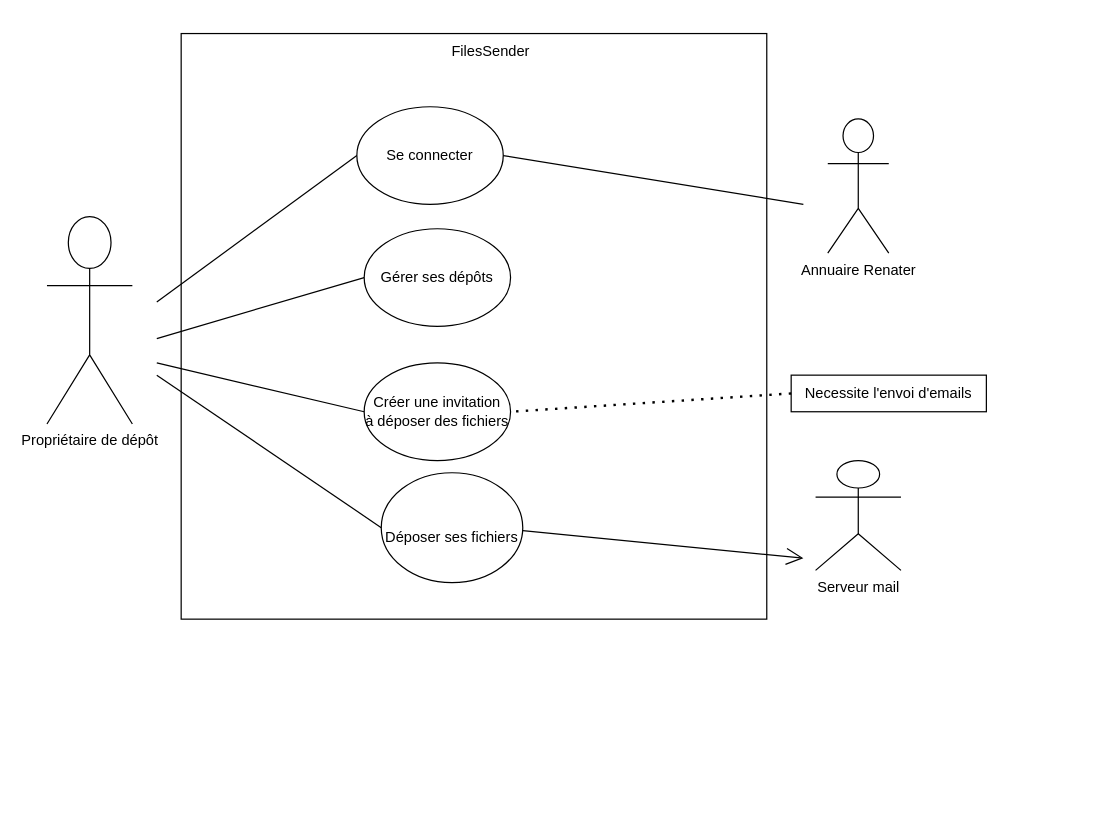
The draw.io diagram Diagramme sans nom.drawio in lenny-vergerolle/lennyverg, before the edit. Source tidied: cells renumbered, new cells numbered last; positions are measured from the earlier drawing's top-left corner, leaving out a move shared by most shapes. Both pictures are drawn from the tidied source at 122%, with x=0, y=0 at pixel (46, 21).
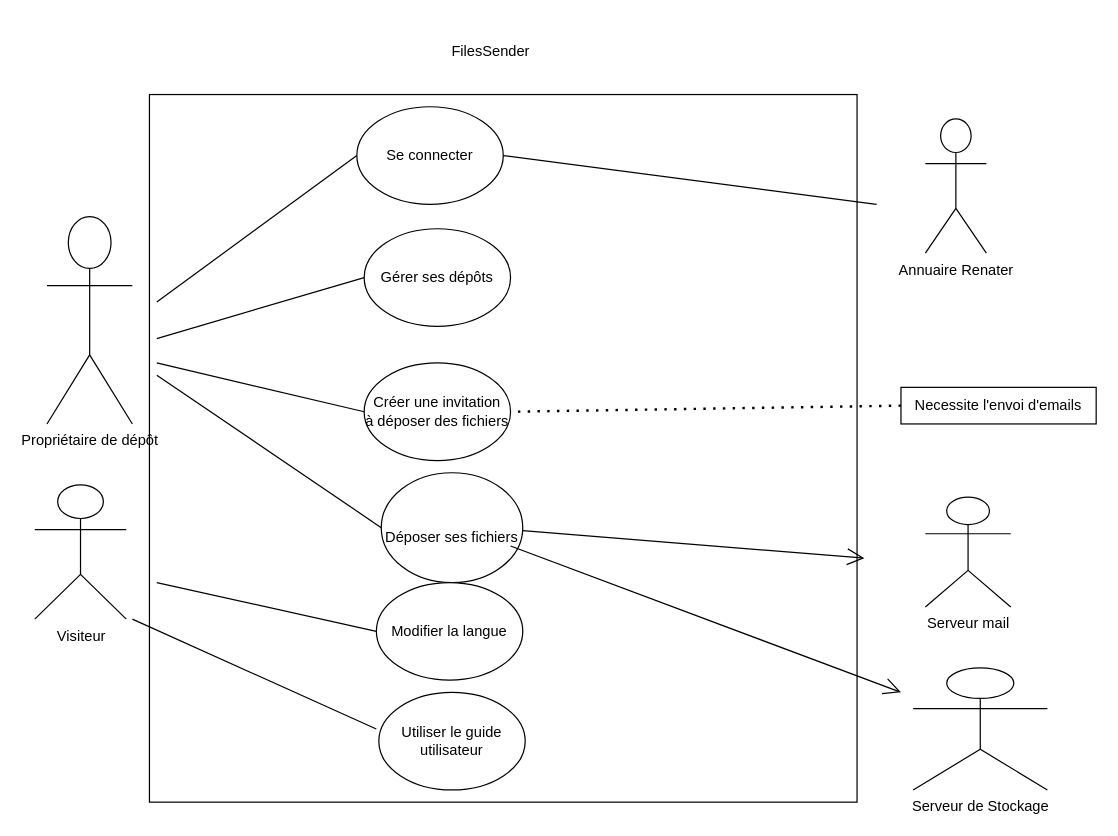
The same diagram, later.

Commit message (it also covers changes not shown here):
Mettre à jour Diagramme sans nom.drawio

Unchanged cells that the change refers to:
```xml
<mxCell id="3" value="Se connecter" style="ellipse;whiteSpace=wrap;html=1;" parent="1" vertex="1">
  <mxGeometry x="254" y="70" width="120" height="80" as="geometry" />
</mxCell>
```

Diff of the diagram source:
```diff
@@
     <mxCell id="2" style="whiteSpace=wrap;html=1;" parent="1" vertex="1">
-      <mxGeometry x="110" y="10" width="480" height="480" as="geometry" />
+      <mxGeometry x="84" y="60" width="580" height="580" as="geometry" />
     </mxCell>
@@
     <mxCell id="12" value="Annuaire Renater" style="shape=umlActor;verticalLabelPosition=bottom;verticalAlign=top;html=1;" parent="1" vertex="1">
-      <mxGeometry x="640" y="80" width="50" height="110" as="geometry" />
+      <mxGeometry x="720" y="80" width="50" height="110" as="geometry" />
     </mxCell>
     <mxCell id="13" value="Serveur mail" style="shape=umlActor;verticalLabelPosition=bottom;verticalAlign=top;html=1;" parent="1" vertex="1">
-      <mxGeometry x="630" y="360" width="70" height="90" as="geometry" />
+      <mxGeometry x="720" y="390" width="70" height="90" as="geometry" />
     </mxCell>
     <mxCell id="14" value="Necessite l'envoi d'emails" style="rounded=0;whiteSpace=wrap;html=1;" parent="1" vertex="1">
-      <mxGeometry x="610" y="290" width="160" height="30" as="geometry" />
+      <mxGeometry x="700" y="300" width="160" height="30" as="geometry" />
     </mxCell>
     <mxCell id="15" style="endArrow=none;html=1;rounded=0;entryX=1;entryY=0.5;entryDx=0;entryDy=0;" parent="1" edge="1" target="3">
       <mxGeometry relative="1" as="geometry">
-        <mxPoint x="620" y="150" as="sourcePoint" />
+        <mxPoint x="680" y="150" as="sourcePoint" />
       </mxGeometry>
     </mxCell>
     <mxCell id="16" style="endArrow=open;endFill=1;endSize=12;html=1;rounded=0;exitX=0.5;exitY=0;exitDx=0;exitDy=0;" parent="1" edge="1">
       <mxGeometry relative="1" as="geometry">
         <mxPoint x="390" y="417.5" as="sourcePoint" />
-        <mxPoint x="620" y="440" as="targetPoint" />
+        <mxPoint x="670" y="440" as="targetPoint" />
       </mxGeometry>
     </mxCell>
@@
+    <mxCell id="19" value="Serveur de Stockage" style="shape=umlActor;verticalLabelPosition=bottom;verticalAlign=top;html=1;" parent="1" vertex="1">
+      <mxGeometry x="710" y="530" width="110" height="100" as="geometry" />
+    </mxCell>
+    <mxCell id="20" value="Visiteur" style="shape=umlActor;verticalLabelPosition=bottom;verticalAlign=top;html=1;" parent="1" vertex="1">
+      <mxGeometry x="-10" y="380" width="75" height="110" as="geometry" />
+    </mxCell>
+    <mxCell id="21" value="Modifier la langue" style="ellipse;whiteSpace=wrap;html=1;" parent="1" vertex="1">
+      <mxGeometry x="270" y="460" width="120" height="80" as="geometry" />
+    </mxCell>
+    <mxCell id="22" style="endArrow=none;html=1;rounded=0;entryX=0;entryY=0.5;entryDx=0;entryDy=0;" parent="1" edge="1" target="21">
+      <mxGeometry relative="1" as="geometry">
+        <mxPoint x="90" y="460" as="sourcePoint" />
+      </mxGeometry>
+    </mxCell>
+    <mxCell id="23" value="Utiliser le guide utilisateur" style="ellipse;whiteSpace=wrap;html=1;" parent="1" vertex="1">
+      <mxGeometry x="272" y="550" width="120" height="80" as="geometry" />
+    </mxCell>
+    <mxCell id="24" style="endArrow=none;html=1;rounded=0;entryX=-0.017;entryY=0.375;entryDx=0;entryDy=0;entryPerimeter=0;" parent="1" edge="1" target="23">
+      <mxGeometry relative="1" as="geometry">
+        <mxPoint x="70" y="490" as="sourcePoint" />
+      </mxGeometry>
+    </mxCell>
+    <mxCell id="25" style="endArrow=open;endFill=1;endSize=12;html=1;rounded=0;" parent="1" edge="1">
+      <mxGeometry relative="1" as="geometry">
+        <mxPoint x="380" y="430" as="sourcePoint" />
+        <mxPoint x="700" y="550" as="targetPoint" />
+      </mxGeometry>
+    </mxCell>
```
